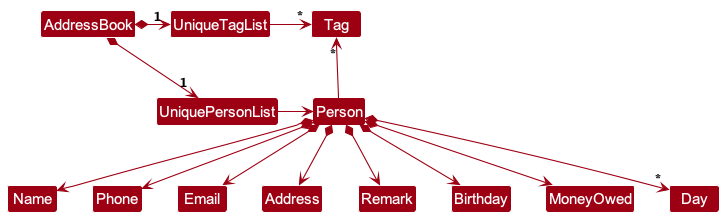
NewtonKoh/tp keeps this PlantUML diagram as docs/images/BetterModelClassDiagram.png. Above is the earlier version. Its diagram source:
```plantuml
@startuml
!include style.puml
skinparam arrowThickness 1.1
skinparam arrowColor MODEL_COLOR
skinparam classBackgroundColor MODEL_COLOR

AddressBook *-right-> "1" UniquePersonList
AddressBook *-right-> "1" UniqueTagList
UniqueTagList -[hidden]down- UniquePersonList
UniqueTagList -[hidden]down- UniquePersonList

UniqueTagList -right-> "*" Tag
UniquePersonList -right-> Person

Person -up-> "*" Tag

Person *--> Name
Person *--> Phone
Person *--> Email
Person *--> Address
Person *--> Remark
Person *--> Birthday
Person *--> MoneyOwed
Person *--> "*" Day
@enduml
```
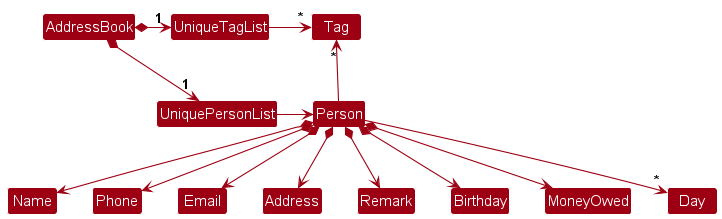
Later version of the same file.

Diff of the diagram source:
```diff
@@ -21,5 +21,5 @@
 Person *--> Remark
 Person *--> Birthday
 Person *--> MoneyOwed
-Person *--> "*" Day
+Person --> "*" Day
 @enduml
```
